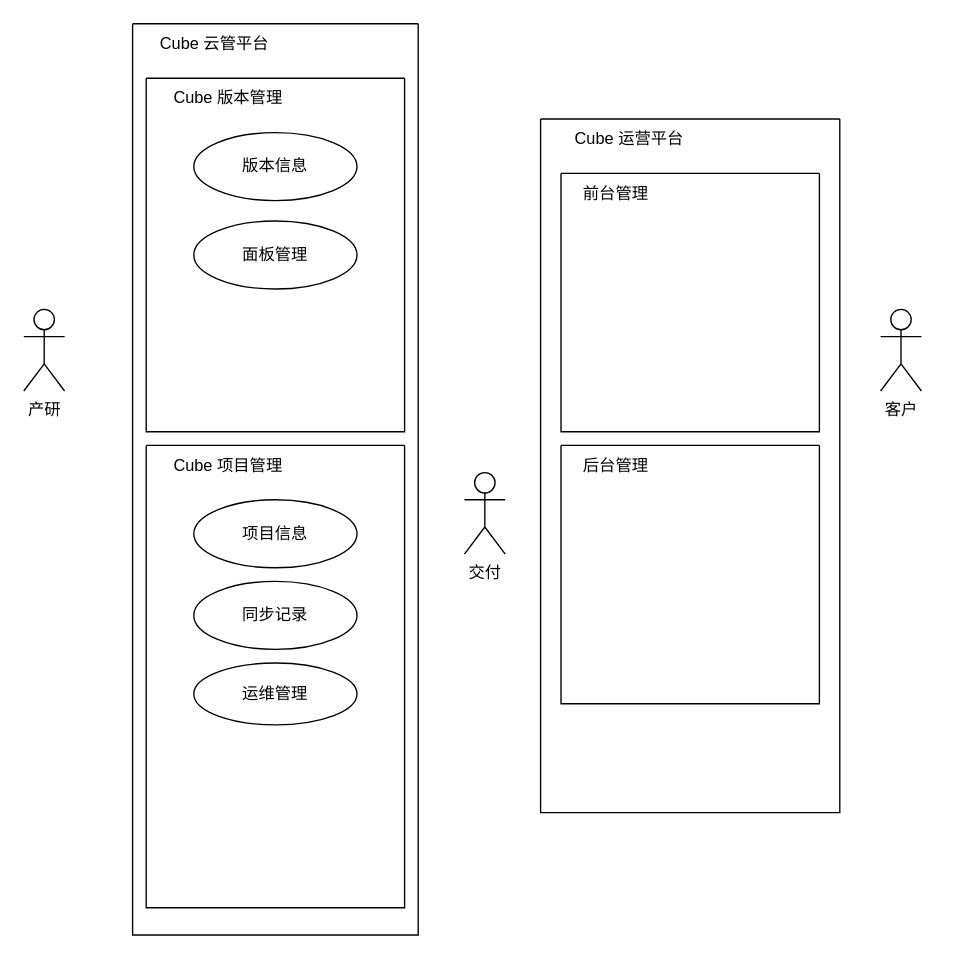
Earlier version of the draw.io diagram page "Cube 基础信息管理" (2 of 2) of Cube2.0.drawio (Sidamor/drawio). Source tidied: cells renumbered, new cells numbered last; positions are measured from the earlier drawing's top-left corner, leaving out a move shared by most shapes. Both pictures are drawn from the tidied source at 136%, with x=0, y=0 at pixel (23, 23).
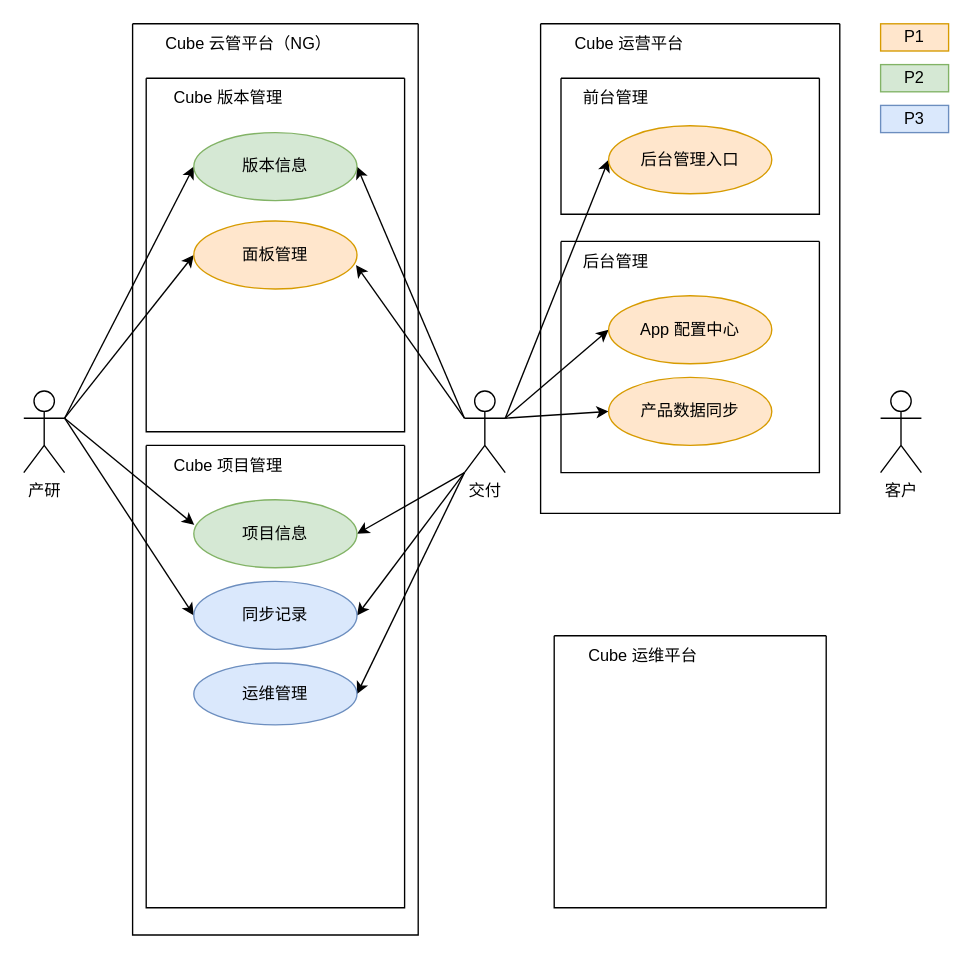
The same page after the edit.

Unchanged cells that the change refers to:
```xml
<mxCell id="5" style="swimlane;startSize=0;" parent="1" vertex="1">
  <mxGeometry x="80" width="210" height="670" as="geometry" />
</mxCell>
<mxCell id="7" style="swimlane;startSize=0;" parent="5" vertex="1">
  <mxGeometry x="10" y="40" width="190" height="260" as="geometry" />
</mxCell>
<mxCell id="11" style="swimlane;startSize=0;" parent="5" vertex="1">
  <mxGeometry x="10" y="310" width="190" height="340" as="geometry" />
</mxCell>
```

Change to the diagram source:
```diff
@@
+    <mxCell id="22" style="edgeStyle=none;rounded=0;jettySize=auto;html=1;exitX=0;exitY=0.3333333333333333;exitDx=0;exitDy=0;exitPerimeter=0;entryX=1;entryY=0.5;entryDx=0;entryDy=0;" parent="1" edge="1" source="2" target="9">
+      <mxGeometry relative="1" as="geometry" />
+    </mxCell>
+    <mxCell id="23" style="edgeStyle=none;rounded=0;jettySize=auto;html=1;exitX=0;exitY=1;exitDx=0;exitDy=0;exitPerimeter=0;entryX=1;entryY=0.5;entryDx=0;entryDy=0;" parent="1" edge="1" source="2" target="13">
+      <mxGeometry relative="1" as="geometry" />
+    </mxCell>
+    <mxCell id="24" style="edgeStyle=none;rounded=0;jettySize=auto;html=1;exitX=0;exitY=1;exitDx=0;exitDy=0;exitPerimeter=0;entryX=1;entryY=0.5;entryDx=0;entryDy=0;" parent="1" edge="1" source="2" target="14">
+      <mxGeometry relative="1" as="geometry" />
+    </mxCell>
+    <mxCell id="25" style="edgeStyle=none;rounded=0;jettySize=auto;html=1;exitX=0;exitY=1;exitDx=0;exitDy=0;exitPerimeter=0;entryX=1;entryY=0.5;entryDx=0;entryDy=0;" parent="1" edge="1" source="2" target="15">
+      <mxGeometry relative="1" as="geometry" />
+    </mxCell>
+    <mxCell id="26" style="edgeStyle=none;rounded=0;jettySize=auto;html=1;exitX=1;exitY=0.3333333333333333;exitDx=0;exitDy=0;exitPerimeter=0;entryX=0;entryY=0.5;entryDx=0;entryDy=0;" parent="1" edge="1" source="2" target="32">
+      <mxGeometry relative="1" as="geometry" />
+    </mxCell>
+    <mxCell id="27" style="edgeStyle=none;rounded=0;jettySize=auto;html=1;exitX=1;exitY=0.3333333333333333;exitDx=0;exitDy=0;exitPerimeter=0;entryX=0;entryY=0.5;entryDx=0;entryDy=0;" parent="1" edge="1" source="2" target="33">
+      <mxGeometry relative="1" as="geometry" />
+    </mxCell>
+    <mxCell id="28" style="edgeStyle=none;rounded=0;jettySize=auto;html=1;exitX=1;exitY=0.3333333333333333;exitDx=0;exitDy=0;exitPerimeter=0;entryX=0;entryY=0.5;entryDx=0;entryDy=0;" parent="1" edge="1" source="2" target="34">
+      <mxGeometry relative="1" as="geometry" />
+    </mxCell>
     <mxCell id="2" value="交付" style="shape=umlActor;verticalLabelPosition=bottom;verticalAlign=top;html=1;outlineConnect=0;" parent="1" vertex="1">
-      <mxGeometry x="324" y="330" width="30" height="60" as="geometry" />
+      <mxGeometry x="324" y="270" width="30" height="60" as="geometry" />
     </mxCell>
+    <mxCell id="29" style="rounded=0;jettySize=auto;html=1;exitX=1;exitY=0.3333333333333333;exitDx=0;exitDy=0;exitPerimeter=0;entryX=0;entryY=0.5;entryDx=0;entryDy=0;" parent="1" edge="1" source="3" target="9">
+      <mxGeometry relative="1" as="geometry" />
+    </mxCell>
+    <mxCell id="30" style="rounded=0;jettySize=auto;html=1;exitX=1;exitY=0.3333333333333333;exitDx=0;exitDy=0;exitPerimeter=0;entryX=0;entryY=0.5;entryDx=0;entryDy=0;" parent="1" edge="1" source="3" target="10">
+      <mxGeometry relative="1" as="geometry" />
+    </mxCell>
+    <mxCell id="31" style="edgeStyle=none;rounded=0;jettySize=auto;html=1;exitX=1;exitY=0.3333333333333333;exitDx=0;exitDy=0;exitPerimeter=0;entryX=0;entryY=0.5;entryDx=0;entryDy=0;" parent="1" edge="1" source="3" target="14">
+      <mxGeometry relative="1" as="geometry" />
+    </mxCell>
     <mxCell id="3" value="产研" style="shape=umlActor;verticalLabelPosition=bottom;verticalAlign=top;html=1;outlineConnect=0;" parent="1" vertex="1">
-      <mxGeometry y="210" width="30" height="60" as="geometry" />
+      <mxGeometry y="270" width="30" height="60" as="geometry" />
     </mxCell>
     <mxCell id="4" value="客户" style="shape=umlActor;verticalLabelPosition=bottom;verticalAlign=top;html=1;" parent="1" vertex="1">
-      <mxGeometry x="630" y="210" width="30" height="60" as="geometry" />
+      <mxGeometry x="630" y="270" width="30" height="60" as="geometry" />
     </mxCell>
@@
-    <mxCell id="6" value="Cube 云管平台" style="text;html=1;align=center;verticalAlign=middle;strokeColor=none;fillColor=none;" parent="5" vertex="1">
-      <mxGeometry x="10" width="100" height="30" as="geometry" />
+    <mxCell id="6" value="Cube 云管平台（NG）" style="text;html=1;align=center;verticalAlign=middle;strokeColor=none;fillColor=none;" parent="5" vertex="1">
+      <mxGeometry x="10" width="150" height="30" as="geometry" />
     </mxCell>
@@
-    <mxCell id="9" value="版本信息" style="ellipse;whiteSpace=wrap;html=1;" parent="7" vertex="1">
+    <mxCell id="9" value="版本信息" style="ellipse;whiteSpace=wrap;html=1;fillColor=#d5e8d4;strokeColor=#82b366;" parent="7" vertex="1">
       <mxGeometry x="35" y="40" width="120" height="50" as="geometry" />
     </mxCell>
-    <mxCell id="10" value="面板管理" style="ellipse;whiteSpace=wrap;html=1;" parent="7" vertex="1">
+    <mxCell id="10" value="面板管理" style="ellipse;whiteSpace=wrap;html=1;fillColor=#ffe6cc;strokeColor=#d79b00;" parent="7" vertex="1">
       <mxGeometry x="35" y="105" width="120" height="50" as="geometry" />
     </mxCell>
@@
-    <mxCell id="13" value="项目信息" style="ellipse;whiteSpace=wrap;html=1;" parent="11" vertex="1">
+    <mxCell id="13" value="项目信息" style="ellipse;whiteSpace=wrap;html=1;fillColor=#d5e8d4;strokeColor=#82b366;" parent="11" vertex="1">
       <mxGeometry x="35" y="40" width="120" height="50" as="geometry" />
     </mxCell>
-    <mxCell id="14" value="同步记录" style="ellipse;whiteSpace=wrap;html=1;" parent="11" vertex="1">
+    <mxCell id="14" value="同步记录" style="ellipse;whiteSpace=wrap;html=1;fillColor=#dae8fc;strokeColor=#6c8ebf;" parent="11" vertex="1">
       <mxGeometry x="35" y="100" width="120" height="50" as="geometry" />
     </mxCell>
-    <mxCell id="15" value="运维管理" style="ellipse;whiteSpace=wrap;html=1;" parent="11" vertex="1">
+    <mxCell id="15" value="运维管理" style="ellipse;whiteSpace=wrap;html=1;fillColor=#dae8fc;strokeColor=#6c8ebf;" parent="11" vertex="1">
       <mxGeometry x="35" y="160" width="120" height="45.5" as="geometry" />
     </mxCell>
     <mxCell id="16" style="swimlane;startSize=0;" parent="1" vertex="1">
-      <mxGeometry x="380" y="70" width="220" height="510" as="geometry" />
+      <mxGeometry x="380" width="220" height="360" as="geometry" />
     </mxCell>
@@
     <mxCell id="18" style="swimlane;startSize=0;" parent="16" vertex="1">
-      <mxGeometry x="15" y="40" width="190" height="190" as="geometry" />
+      <mxGeometry x="15" y="40" width="190" height="100" as="geometry" />
     </mxCell>
@@
+    <mxCell id="32" value="后台管理入口" style="ellipse;whiteSpace=wrap;html=1;fillColor=#ffe6cc;strokeColor=#d79b00;" parent="18" vertex="1">
+      <mxGeometry x="35" y="35" width="120" height="50" as="geometry" />
+    </mxCell>
     <mxCell id="20" style="swimlane;startSize=0;" parent="16" vertex="1">
-      <mxGeometry x="15" y="240" width="190" height="190" as="geometry" />
+      <mxGeometry x="15" y="160" width="190" height="170" as="geometry" />
     </mxCell>
@@
+    <mxCell id="33" value="App 配置中心" style="ellipse;whiteSpace=wrap;html=1;fillColor=#ffe6cc;strokeColor=#d79b00;" parent="20" vertex="1">
+      <mxGeometry x="35" y="40" width="120" height="50" as="geometry" />
+    </mxCell>
+    <mxCell id="34" value="产品数据同步" style="ellipse;whiteSpace=wrap;html=1;fillColor=#ffe6cc;strokeColor=#d79b00;" parent="20" vertex="1">
+      <mxGeometry x="35" y="100" width="120" height="50" as="geometry" />
+    </mxCell>
+    <mxCell id="35" style="rounded=0;jettySize=auto;html=1;exitX=1;exitY=0.3333333333333333;exitDx=0;exitDy=0;exitPerimeter=0;entryX=0.003;entryY=0.369;entryDx=0;entryDy=0;entryPerimeter=0;" parent="1" edge="1" source="3" target="13">
+      <mxGeometry relative="1" as="geometry" />
+    </mxCell>
+    <mxCell id="36" style="edgeStyle=none;rounded=0;jettySize=auto;html=1;exitX=0;exitY=0.3333333333333333;exitDx=0;exitDy=0;exitPerimeter=0;entryX=0.994;entryY=0.647;entryDx=0;entryDy=0;entryPerimeter=0;" parent="1" edge="1" source="2" target="10">
+      <mxGeometry relative="1" as="geometry" />
+    </mxCell>
+    <mxCell id="37" style="swimlane;startSize=0;" parent="1" vertex="1">
+      <mxGeometry x="390" y="450" width="200" height="200" as="geometry" />
+    </mxCell>
+    <mxCell id="38" value="Cube 运维平台" style="text;html=1;align=center;verticalAlign=middle;strokeColor=none;fillColor=none;" parent="37" vertex="1">
+      <mxGeometry x="15" width="100" height="30" as="geometry" />
+    </mxCell>
+    <mxCell id="39" value="P1" style="rounded=0;whiteSpace=wrap;html=1;fillColor=#ffe6cc;strokeColor=#d79b00;" parent="1" vertex="1">
+      <mxGeometry x="630" width="50" height="20" as="geometry" />
+    </mxCell>
+    <mxCell id="40" value="P2" style="rounded=0;whiteSpace=wrap;html=1;fillColor=#d5e8d4;strokeColor=#82b366;" parent="1" vertex="1">
+      <mxGeometry x="630" y="30" width="50" height="20" as="geometry" />
+    </mxCell>
+    <mxCell id="41" value="P3" style="rounded=0;whiteSpace=wrap;html=1;fillColor=#dae8fc;strokeColor=#6c8ebf;" parent="1" vertex="1">
+      <mxGeometry x="630" y="60" width="50" height="20" as="geometry" />
+    </mxCell>
```
